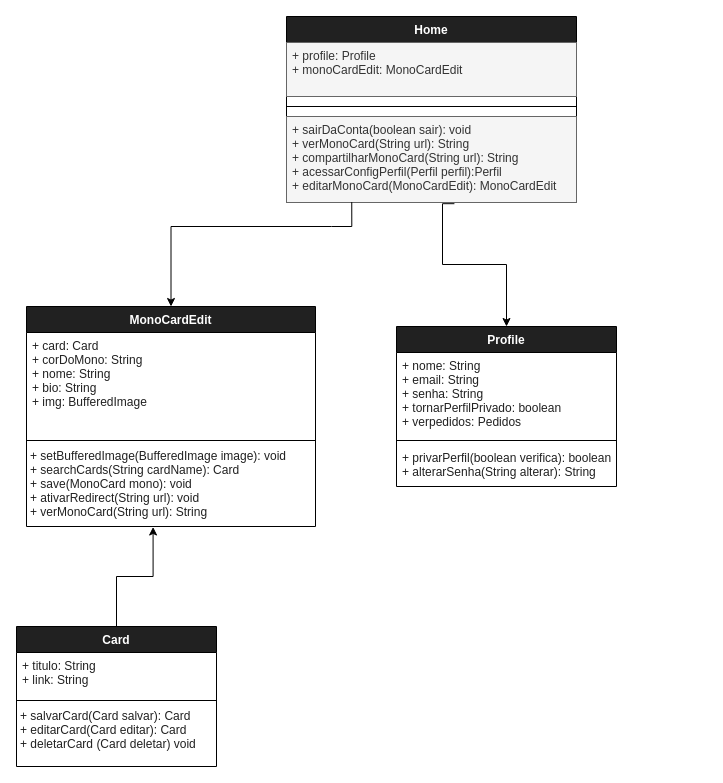
This is Untitled Diagram.drawio from K4L1B3/cartaoNFC, a draw.io file, before an edit. Source tidied: cells renumbered, new cells numbered last; positions are measured from the earlier drawing's top-left corner, leaving out a move shared by most shapes. Both pictures are drawn from the tidied source at 100%, with x=0, y=0 at pixel (-34, 16).
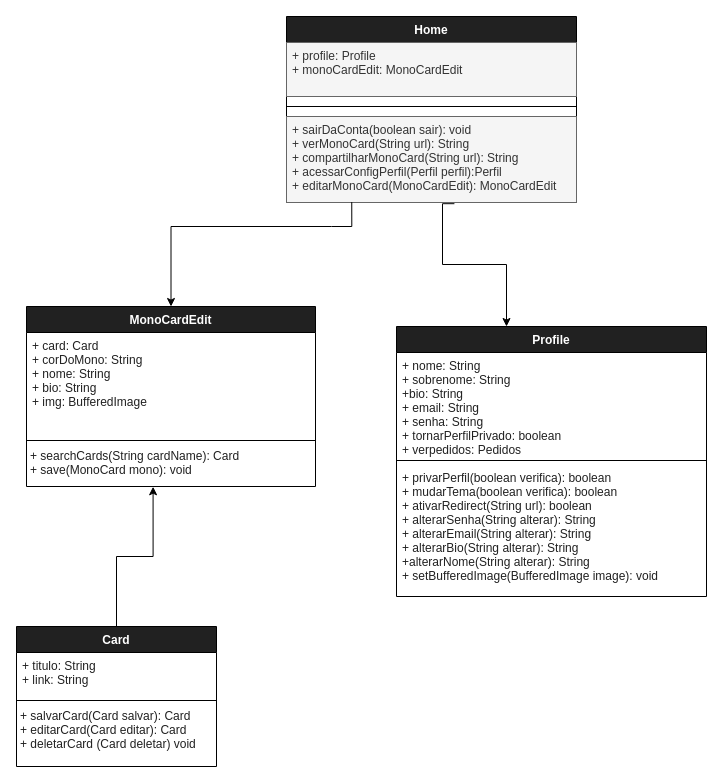
The same page after the edit.

Commit message:
foi realocado alguns metodos da classe monoCardEdit e colocados em profile assim como também foi adicionado alguns métodos em profile na qual não existiam antes

Diff of the diagram source:
```diff
@@
     <mxCell id="6" value="Profile" style="swimlane;fontStyle=1;align=center;verticalAlign=top;horizontal=1;startSize=26;fontColor=#FFFFFF;fillColor=#212121;" parent="1" vertex="1">
-      <mxGeometry x="430" y="310" width="220" height="160" as="geometry" />
+      <mxGeometry x="430" y="310" width="310" height="270" as="geometry" />
     </mxCell>
-    <mxCell id="7" value="+ nome: String&#10;+ email: String&#10;+ senha: String&#10;+ tornarPerfilPrivado: boolean&#10;+ verpedidos: Pedidos&#10;" style="text;strokeColor=none;fillColor=none;align=left;verticalAlign=top;spacingLeft=4;spacingRight=4;overflow=hidden;fontColor=#212121;" parent="6" vertex="1">
-      <mxGeometry y="26" width="220" height="84" as="geometry" />
+    <mxCell id="7" value="+ nome: String&#10;+ sobrenome: String&#10;+bio: String&#10;+ email: String&#10;+ senha: String&#10;+ tornarPerfilPrivado: boolean&#10;+ verpedidos: Pedidos&#10;" style="text;strokeColor=none;fillColor=none;align=left;verticalAlign=top;spacingLeft=4;spacingRight=4;overflow=hidden;fontColor=#212121;" parent="6" vertex="1">
+      <mxGeometry y="26" width="310" height="104" as="geometry" />
     </mxCell>
     <mxCell id="8" style="line;strokeWidth=1;fillColor=none;align=left;verticalAlign=middle;spacingTop=-1;spacingLeft=3;spacingRight=3;labelPosition=right;fontColor=#FFFFFF;" parent="6" vertex="1">
-      <mxGeometry y="110" width="220" height="8" as="geometry" />
+      <mxGeometry y="130" width="310" height="8" as="geometry" />
     </mxCell>
-    <mxCell id="9" value="+ privarPerfil(boolean verifica): boolean&#10;+ alterarSenha(String alterar): String&#10;" style="text;strokeColor=none;fillColor=none;align=left;verticalAlign=top;spacingLeft=4;spacingRight=4;overflow=hidden;fontColor=#212121;" parent="6" vertex="1">
-      <mxGeometry y="118" width="220" height="42" as="geometry" />
+    <mxCell id="9" value="+ privarPerfil(boolean verifica): boolean&#10;+ mudarTema(boolean verifica): boolean&#10;+ ativarRedirect(String url): boolean&#10;+ alterarSenha(String alterar): String&#10;+ alterarEmail(String alterar): String&#10;+ alterarBio(String alterar): String&#10;+alterarNome(String alterar): String&#10;+ setBufferedImage(BufferedImage image): void&#10;&#10;&#10;" style="text;strokeColor=none;fillColor=none;align=left;verticalAlign=top;spacingLeft=4;spacingRight=4;overflow=hidden;fontColor=#212121;" parent="6" vertex="1">
+      <mxGeometry y="138" width="310" height="132" as="geometry" />
     </mxCell>
     <mxCell id="10" value="MonoCardEdit" style="swimlane;fontStyle=1;align=center;verticalAlign=top;horizontal=1;startSize=26;fontColor=#FFFFFF;fillColor=#212121;" parent="1" vertex="1">
-      <mxGeometry x="60" y="290" width="289" height="220" as="geometry" />
+      <mxGeometry x="60" y="290" width="289" height="180" as="geometry" />
     </mxCell>
@@
-    <mxCell id="13" value="+ setBufferedImage(BufferedImage image): void&#10;+ searchCards(String cardName): Card&#10;+ save(MonoCard mono): void&#10;+ ativarRedirect(String url): void&#10;+ verMonoCard(String url): String&#10;&#10;&#10;" style="text;strokeColor=none;fillColor=none;align=left;verticalAlign=top;spacingLeft=4;spacingRight=4;overflow=hidden;points=[[0,0.5],[1,0.5]];portConstraint=eastwest;fontColor=#212121;spacing=0;" parent="10" vertex="1">
-      <mxGeometry y="138" width="289" height="82" as="geometry" />
+    <mxCell id="13" value="+ searchCards(String cardName): Card&#10;+ save(MonoCard mono): void&#10;&#10;&#10;" style="text;strokeColor=none;fillColor=none;align=left;verticalAlign=top;spacingLeft=4;spacingRight=4;overflow=hidden;points=[[0,0.5],[1,0.5]];portConstraint=eastwest;fontColor=#212121;spacing=0;" parent="10" vertex="1">
+      <mxGeometry y="138" width="289" height="42" as="geometry" />
     </mxCell>
```
